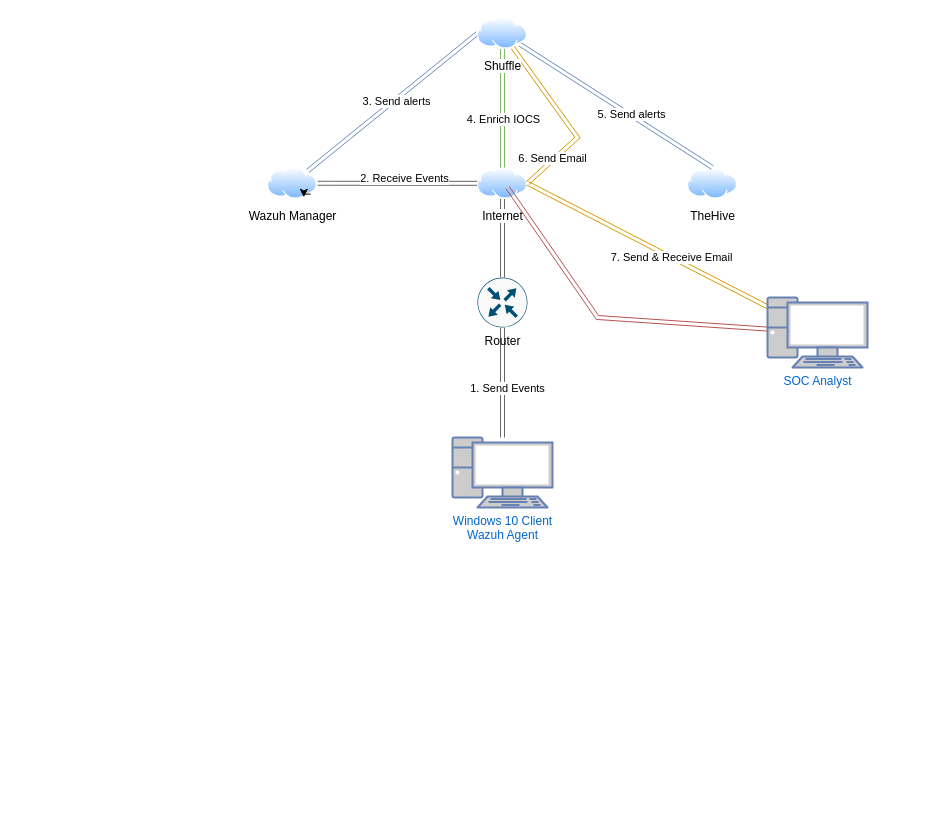
This is SOCAutomationProject.drawio from felixphlu/CTFs, a draw.io file, before an edit. Source tidied: cells renumbered, new cells numbered last; positions are measured from the earlier drawing's top-left corner, leaving out a move shared by most shapes. Both pictures are drawn from the tidied source at 100%, with x=0, y=0 at pixel (267, 17).
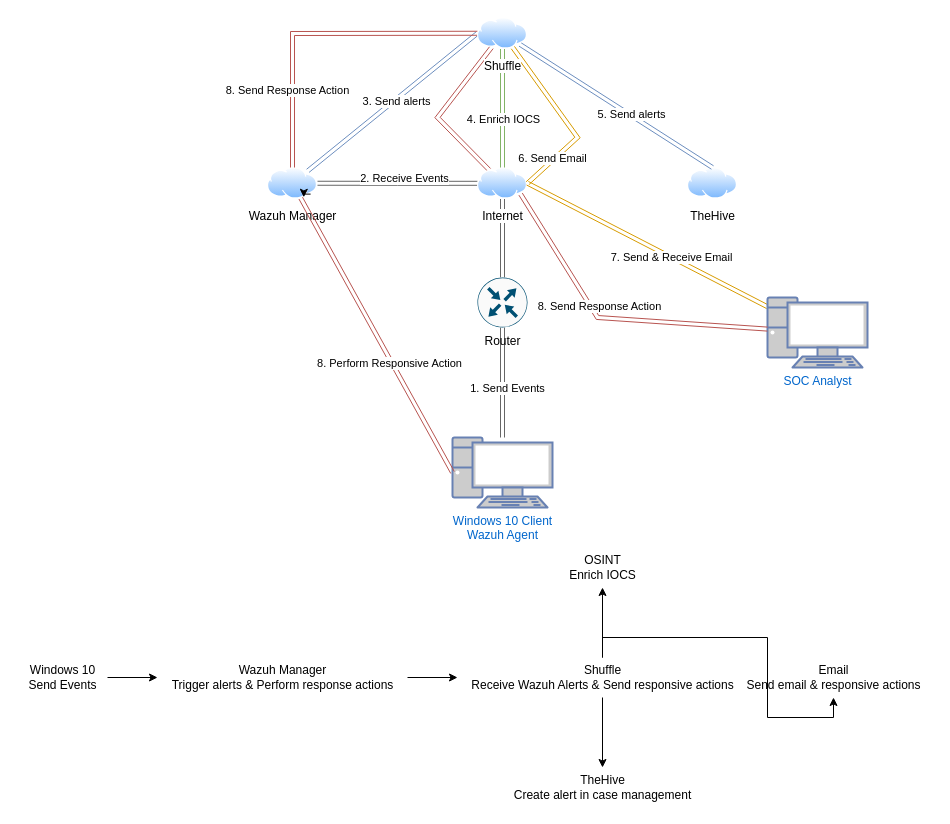
Above is the later version.

The change refers to these unchanged cells:
```xml
<mxCell id="4" value="Windows 10 Client&lt;br&gt;Wazuh Agent" style="fontColor=#0066CC;verticalAlign=top;verticalLabelPosition=bottom;labelPosition=center;align=center;html=1;outlineConnect=0;fillColor=#CCCCCC;strokeColor=#6881B3;gradientColor=none;gradientDirection=north;strokeWidth=2;shape=mxgraph.networks.pc;" parent="1" vertex="1">
  <mxGeometry x="185" y="420" width="100" height="70" as="geometry" />
</mxCell>
<mxCell id="9" value="Internet" style="image;perimeter=ellipsePerimeter;html=1;align=center;shadow=0;dashed=0;spacingTop=3;image=img/lib/active_directory/internet_cloud.svg;" parent="1" vertex="1">
  <mxGeometry x="210" y="150" width="50" height="31.5" as="geometry" />
</mxCell>
<mxCell id="12" value="Wazuh Manager" style="image;perimeter=ellipsePerimeter;html=1;align=center;shadow=0;dashed=0;spacingTop=3;image=img/lib/active_directory/internet_cloud.svg;" parent="1" vertex="1">
  <mxGeometry y="150" width="50" height="31.5" as="geometry" />
</mxCell>
<mxCell id="20" value="Shuffle" style="image;perimeter=ellipsePerimeter;html=1;align=center;shadow=0;dashed=0;spacingTop=3;image=img/lib/active_directory/internet_cloud.svg;" parent="1" vertex="1">
  <mxGeometry x="210" width="50" height="31.5" as="geometry" />
</mxCell>
<mxCell id="23" value="SOC Analyst" style="fontColor=#0066CC;verticalAlign=top;verticalLabelPosition=bottom;labelPosition=center;align=center;html=1;outlineConnect=0;fillColor=#CCCCCC;strokeColor=#6881B3;gradientColor=none;gradientDirection=north;strokeWidth=2;shape=mxgraph.networks.pc;" parent="1" vertex="1">
  <mxGeometry x="500" y="280" width="100" height="70" as="geometry" />
</mxCell>
```

Change to the diagram source:
```diff
@@
+    <mxCell id="26" style="rounded=0;jettySize=auto;html=1;shape=link;fillColor=#f8cecc;gradientColor=#ea6b66;strokeColor=#b85450;" parent="1" edge="1" source="9" target="20">
+      <mxGeometry relative="1" as="geometry">
+        <Array as="points">
+          <mxPoint x="170" y="100" />
+        </Array>
+      </mxGeometry>
+    </mxCell>
@@
+    <mxCell id="27" style="rounded=0;jettySize=auto;html=1;entryX=0.5;entryY=0;entryDx=0;entryDy=0;shape=link;fillColor=#f8cecc;gradientColor=#ea6b66;strokeColor=#b85450;" parent="1" edge="1" source="20" target="12">
+      <mxGeometry relative="1" as="geometry">
+        <Array as="points">
+          <mxPoint x="25" y="16" />
+        </Array>
+      </mxGeometry>
+    </mxCell>
+    <mxCell id="28" value="8. Send Response Action" style="edgeLabel;html=1;align=center;verticalAlign=middle;" parent="27" vertex="1">
+      <mxGeometry x="-0.1" y="1" relative="1" as="geometry">
+        <mxPoint x="-47" y="56" as="offset" />
+      </mxGeometry>
+    </mxCell>
@@
-    <mxCell id="25" style="rounded=0;jettySize=auto;html=1;entryX=0.6;entryY=0.635;entryDx=0;entryDy=0;entryPerimeter=0;shape=link;fillColor=#f8cecc;gradientColor=#ea6b66;strokeColor=#b85450;" parent="1" edge="1" source="23" target="9">
+    <mxCell id="25" style="rounded=0;jettySize=auto;html=1;entryX=1;entryY=1;entryDx=0;entryDy=0;shape=link;fillColor=#f8cecc;gradientColor=#ea6b66;strokeColor=#b85450;" parent="1" edge="1" source="23" target="9">
       <mxGeometry relative="1" as="geometry">
         <Array as="points">
           <mxPoint x="330" y="300" />
         </Array>
       </mxGeometry>
     </mxCell>
+    <mxCell id="29" value="8. Send Response Action" style="edgeLabel;html=1;align=center;verticalAlign=middle;" parent="25" vertex="1">
+      <mxGeometry x="0.45" y="-3" relative="1" as="geometry">
+        <mxPoint x="30" y="40" as="offset" />
+      </mxGeometry>
+    </mxCell>
+    <mxCell id="30" style="rounded=0;jettySize=auto;html=1;entryX=0;entryY=0.5;entryDx=0;entryDy=0;entryPerimeter=0;fillColor=#f8cecc;gradientColor=#ea6b66;strokeColor=#b85450;shape=link;" parent="1" edge="1" source="12" target="4">
+      <mxGeometry relative="1" as="geometry" />
+    </mxCell>
+    <mxCell id="31" value="8. Perform Responsive Action" style="edgeLabel;html=1;align=center;verticalAlign=middle;" parent="30" vertex="1">
+      <mxGeometry x="0.19" y="-2" relative="1" as="geometry" />
+    </mxCell>
+    <mxCell id="32" style="edgeStyle=orthogonalEdgeStyle;rounded=0;jettySize=auto;html=1;" parent="1" edge="1" source="33" target="35">
+      <mxGeometry relative="1" as="geometry">
+        <Array as="points">
+          <mxPoint x="-60" y="663" />
+          <mxPoint x="-60" y="663" />
+        </Array>
+      </mxGeometry>
+    </mxCell>
+    <mxCell id="33" value="Windows 10&lt;br&gt;Send Events" style="text;html=1;align=center;verticalAlign=middle;points=[];strokeColor=none;fillColor=none;" parent="1" vertex="1">
+      <mxGeometry x="-250" y="640" width="90" height="40" as="geometry" />
+    </mxCell>
+    <mxCell id="34" style="edgeStyle=orthogonalEdgeStyle;rounded=0;jettySize=auto;html=1;" parent="1" edge="1" source="35" target="39">
+      <mxGeometry relative="1" as="geometry" />
+    </mxCell>
+    <mxCell id="35" value="Wazuh Manager&lt;br&gt;Trigger alerts &amp;amp; Perform response actions" style="text;html=1;align=center;verticalAlign=middle;points=[];strokeColor=none;fillColor=none;" parent="1" vertex="1">
+      <mxGeometry x="-110" y="640" width="250" height="40" as="geometry" />
+    </mxCell>
+    <mxCell id="36" style="edgeStyle=orthogonalEdgeStyle;rounded=0;jettySize=auto;html=1;" parent="1" edge="1" source="39" target="40">
+      <mxGeometry relative="1" as="geometry" />
+    </mxCell>
+    <mxCell id="37" style="edgeStyle=orthogonalEdgeStyle;rounded=0;jettySize=auto;html=1;" parent="1" edge="1" source="39" target="41">
+      <mxGeometry relative="1" as="geometry" />
+    </mxCell>
+    <mxCell id="38" style="edgeStyle=orthogonalEdgeStyle;rounded=0;jettySize=auto;html=1;" parent="1" edge="1" source="39" target="42">
+      <mxGeometry relative="1" as="geometry" />
+    </mxCell>
+    <mxCell id="39" value="Shuffle&lt;br&gt;Receive Wazuh Alerts &amp;amp; Send responsive actions" style="text;html=1;align=center;verticalAlign=middle;points=[];strokeColor=none;fillColor=none;" parent="1" vertex="1">
+      <mxGeometry x="190" y="640" width="290" height="40" as="geometry" />
+    </mxCell>
+    <mxCell id="40" value="OSINT&lt;br&gt;Enrich IOCS" style="text;html=1;align=center;verticalAlign=middle;points=[];strokeColor=none;fillColor=none;" parent="1" vertex="1">
+      <mxGeometry x="290" y="530" width="90" height="40" as="geometry" />
+    </mxCell>
+    <mxCell id="41" value="TheHive&lt;br&gt;Create alert in case management" style="text;html=1;align=center;verticalAlign=middle;points=[];strokeColor=none;fillColor=none;" parent="1" vertex="1">
+      <mxGeometry x="235" y="750" width="200" height="40" as="geometry" />
+    </mxCell>
+    <mxCell id="42" value="Email&lt;br&gt;Send email &amp;amp; responsive actions" style="text;html=1;align=center;verticalAlign=middle;points=[];strokeColor=none;fillColor=none;" parent="1" vertex="1">
+      <mxGeometry x="466" y="640" width="200" height="40" as="geometry" />
+    </mxCell>
```
